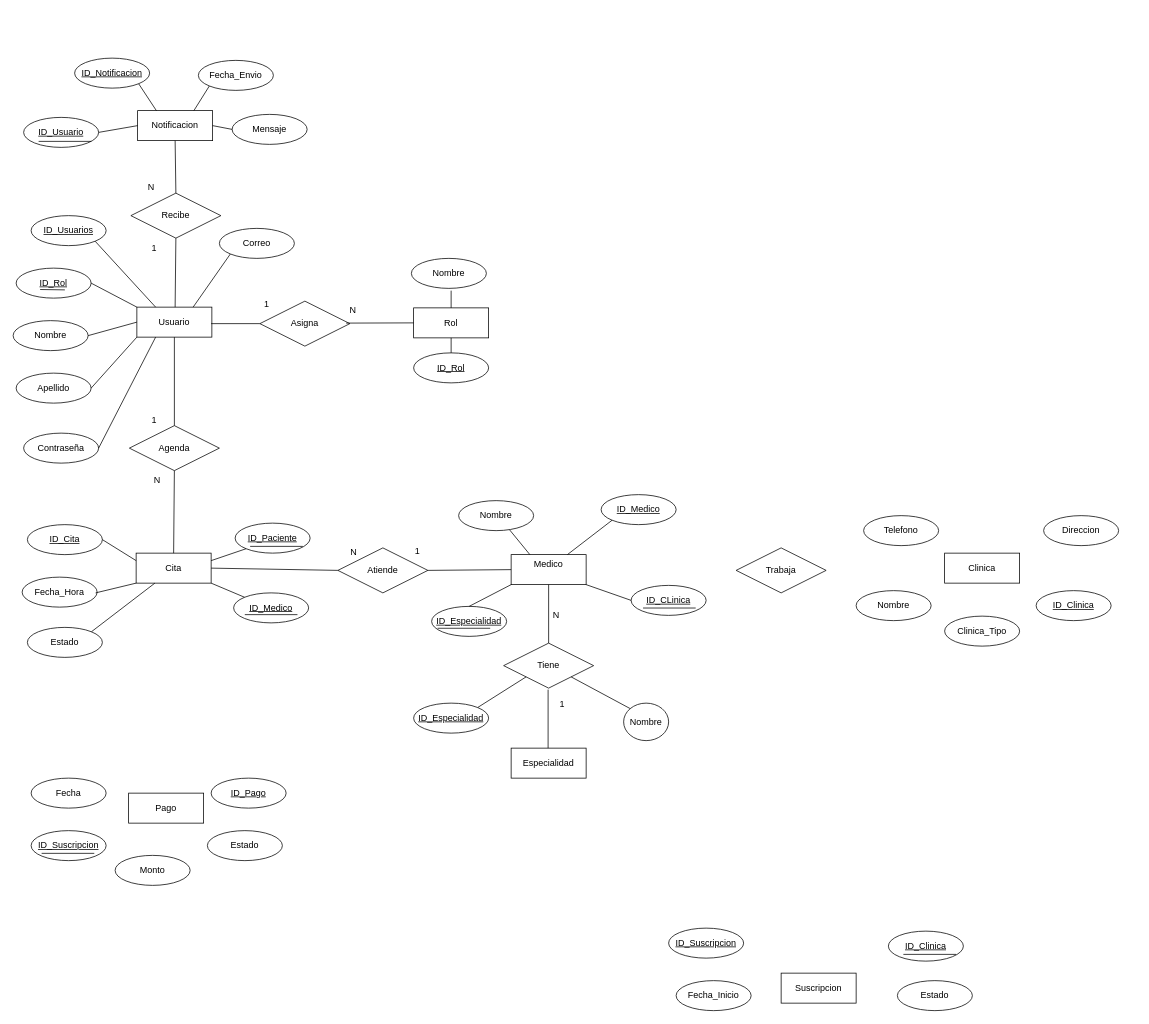
The draw.io diagram ProyectoBasedeDatos.drawio in Csandoval-dev/EtlExamenI, before the edit. Source tidied: cells renumbered, new cells numbered last; positions are measured from the earlier drawing's top-left corner, leaving out a move shared by most shapes. Both pictures are drawn from the tidied source at 75%, with x=0, y=0 at pixel (13, 58).
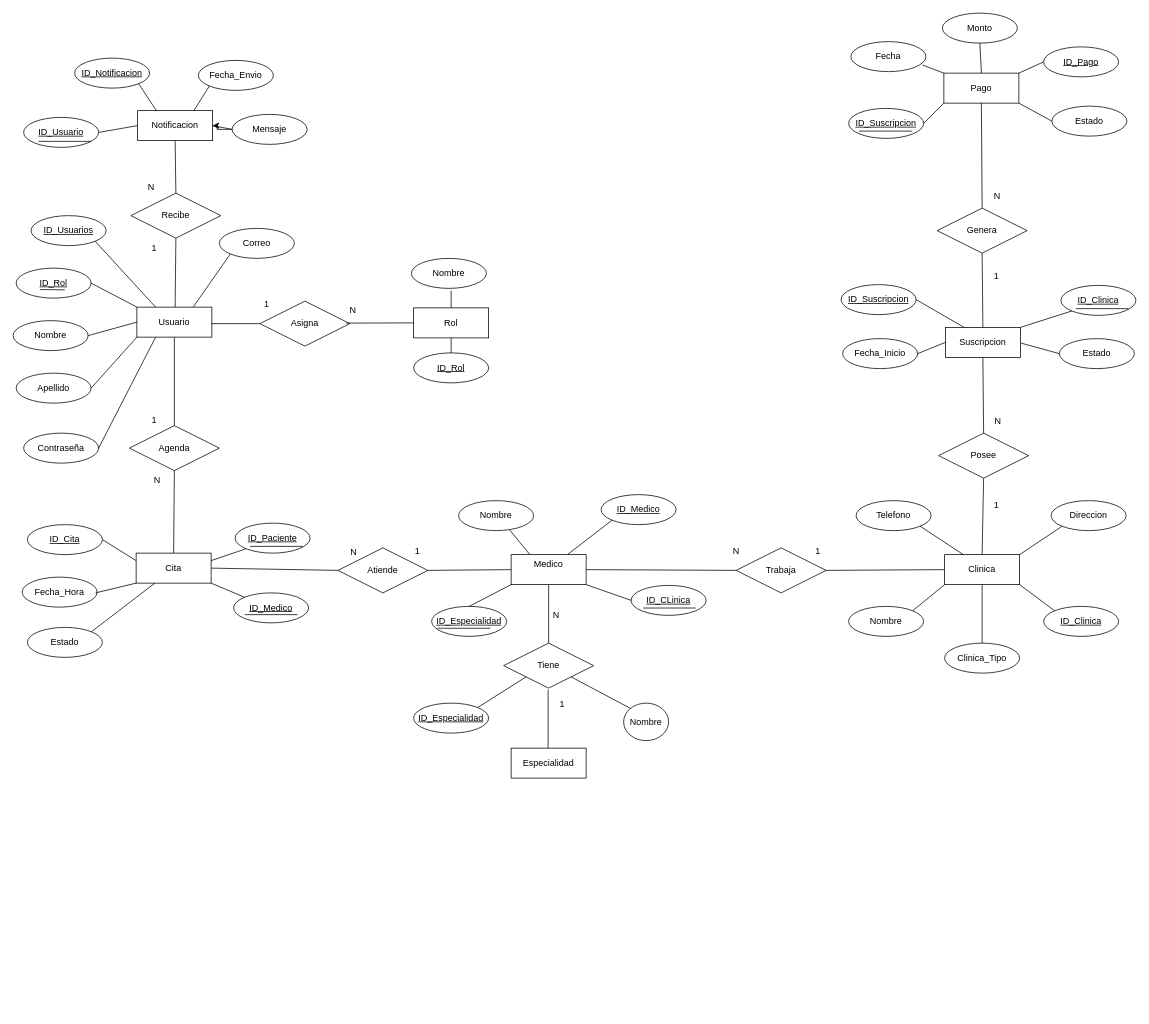
After the change.

The change refers to these unchanged cells:
```xml
<mxCell id="4" value="Medico&lt;div&gt;&lt;br&gt;&lt;/div&gt;" style="whiteSpace=wrap;html=1;align=center;" parent="1" vertex="1">
  <mxGeometry x="664" y="662" width="100" height="40" as="geometry" />
</mxCell>
<mxCell id="24" value="Nombre" style="ellipse;whiteSpace=wrap;html=1;align=center;" parent="1" vertex="1">
  <mxGeometry x="814" y="860" width="60" height="50" as="geometry" />
</mxCell>
<mxCell id="47" value="Mensaje" style="ellipse;whiteSpace=wrap;html=1;align=center;" parent="1" vertex="1">
  <mxGeometry x="292" y="75" width="100" height="40" as="geometry" />
</mxCell>
<mxCell id="48" value="Notificacion" style="whiteSpace=wrap;html=1;align=center;" parent="1" vertex="1">
  <mxGeometry x="166" y="70" width="100" height="40" as="geometry" />
</mxCell>
<mxCell id="97" value="Tiene" style="shape=rhombus;perimeter=rhombusPerimeter;whiteSpace=wrap;html=1;align=center;" parent="1" vertex="1">
  <mxGeometry x="654" y="780" width="120" height="60" as="geometry" />
</mxCell>
<mxCell id="104" value="Trabaja" style="shape=rhombus;perimeter=rhombusPerimeter;whiteSpace=wrap;html=1;align=center;" parent="1" vertex="1">
  <mxGeometry x="964" y="653" width="120" height="60" as="geometry" />
</mxCell>
```

Diff of the diagram source:
```diff
@@
     <mxCell id="3" value="Clinica" style="whiteSpace=wrap;html=1;align=center;" parent="1" vertex="1">
-      <mxGeometry x="1242" y="660" width="100" height="40" as="geometry" />
+      <mxGeometry x="1242" y="662" width="100" height="40" as="geometry" />
     </mxCell>
@@
     <mxCell id="6" value="Suscripcion" style="whiteSpace=wrap;html=1;align=center;" parent="1" vertex="1">
-      <mxGeometry x="1024" y="1220" width="100" height="40" as="geometry" />
+      <mxGeometry x="1243" y="359" width="100" height="40" as="geometry" />
     </mxCell>
     <mxCell id="7" value="Pago" style="whiteSpace=wrap;html=1;align=center;" parent="1" vertex="1">
-      <mxGeometry x="154" y="980" width="100" height="40" as="geometry" />
+      <mxGeometry x="1241" y="20" width="100" height="40" as="geometry" />
     </mxCell>
@@
     <mxCell id="18" value="ID_Clinica" style="ellipse;whiteSpace=wrap;html=1;align=center;fontStyle=4;" parent="1" vertex="1">
-      <mxGeometry x="1364" y="710" width="100" height="40" as="geometry" />
+      <mxGeometry x="1374" y="731" width="100" height="40" as="geometry" />
     </mxCell>
     <mxCell id="19" value="Monto" style="ellipse;whiteSpace=wrap;html=1;align=center;" parent="1" vertex="1">
-      <mxGeometry x="136" y="1063" width="100" height="40" as="geometry" />
+      <mxGeometry x="1239" y="-60" width="100" height="40" as="geometry" />
     </mxCell>
     <mxCell id="20" value="Telefono" style="ellipse;whiteSpace=wrap;html=1;align=center;" parent="1" vertex="1">
-      <mxGeometry x="1134" y="610" width="100" height="40" as="geometry" />
+      <mxGeometry x="1124" y="590" width="100" height="40" as="geometry" />
     </mxCell>
     <mxCell id="21" value="Direccion" style="ellipse;whiteSpace=wrap;html=1;align=center;" parent="1" vertex="1">
-      <mxGeometry x="1374" y="610" width="100" height="40" as="geometry" />
+      <mxGeometry x="1384" y="590" width="100" height="40" as="geometry" />
     </mxCell>
     <mxCell id="22" value="Nombre" style="ellipse;whiteSpace=wrap;html=1;align=center;" parent="1" vertex="1">
-      <mxGeometry x="1124" y="710" width="100" height="40" as="geometry" />
+      <mxGeometry x="1114" y="731" width="100" height="40" as="geometry" />
     </mxCell>
@@
     <mxCell id="31" value="ID_Suscripcion" style="ellipse;whiteSpace=wrap;html=1;align=center;fontStyle=4;" parent="1" vertex="1">
-      <mxGeometry x="874" y="1160" width="100" height="40" as="geometry" />
+      <mxGeometry x="1104" y="302" width="100" height="40" as="geometry" />
     </mxCell>
@@
     <mxCell id="33" value="ID_Pago" style="ellipse;whiteSpace=wrap;html=1;align=center;fontStyle=4;" parent="1" vertex="1">
-      <mxGeometry x="264" y="960" width="100" height="40" as="geometry" />
+      <mxGeometry x="1374" y="-15" width="100" height="40" as="geometry" />
     </mxCell>
@@
     <mxCell id="37" value="Estado" style="ellipse;whiteSpace=wrap;html=1;align=center;" parent="1" vertex="1">
-      <mxGeometry x="1179" y="1230" width="100" height="40" as="geometry" />
+      <mxGeometry x="1395" y="374" width="100" height="40" as="geometry" />
     </mxCell>
     <mxCell id="38" value="ID_Suscripcion" style="ellipse;whiteSpace=wrap;html=1;align=center;fontStyle=4;" parent="1" vertex="1">
-      <mxGeometry x="24" y="1030" width="100" height="40" as="geometry" />
+      <mxGeometry x="1114" y="67" width="100" height="40" as="geometry" />
     </mxCell>
     <mxCell id="39" style="endArrow=none;html=1;rounded=0;exitX=0;exitY=1;exitDx=0;exitDy=0;entryX=1;entryY=1;entryDx=0;entryDy=0;" parent="1" edge="1">
       <mxGeometry relative="1" as="geometry">
-        <mxPoint x="38" y="1060.3" as="sourcePoint" />
-        <mxPoint x="108.2" y="1060.3" as="targetPoint" />
+        <mxPoint x="1128" y="97.3" as="sourcePoint" />
+        <mxPoint x="1198.2" y="97.3" as="targetPoint" />
       </mxGeometry>
     </mxCell>
     <mxCell id="40" value="Clinica_Tipo" style="ellipse;whiteSpace=wrap;html=1;align=center;" parent="1" vertex="1">
-      <mxGeometry x="1242" y="744" width="100" height="40" as="geometry" />
+      <mxGeometry x="1242" y="780" width="100" height="40" as="geometry" />
     </mxCell>
     <mxCell id="41" value="Fecha" style="ellipse;whiteSpace=wrap;html=1;align=center;" parent="1" vertex="1">
-      <mxGeometry x="24" y="960" width="100" height="40" as="geometry" />
+      <mxGeometry x="1117" y="-22" width="100" height="40" as="geometry" />
     </mxCell>
     <mxCell id="42" value="Estado" style="ellipse;whiteSpace=wrap;html=1;align=center;" parent="1" vertex="1">
-      <mxGeometry x="259" y="1030" width="100" height="40" as="geometry" />
+      <mxGeometry x="1385" y="64" width="100" height="40" as="geometry" />
     </mxCell>
@@
     <mxCell id="44" value="ID_Clinica" style="ellipse;whiteSpace=wrap;html=1;align=center;fontStyle=4;" parent="1" vertex="1">
-      <mxGeometry x="1167" y="1164" width="100" height="40" as="geometry" />
+      <mxGeometry x="1397" y="303" width="100" height="40" as="geometry" />
     </mxCell>
     <mxCell id="45" style="endArrow=none;html=1;rounded=0;exitX=0;exitY=1;exitDx=0;exitDy=0;entryX=1;entryY=1;entryDx=0;entryDy=0;" parent="1" edge="1">
       <mxGeometry relative="1" as="geometry">
-        <mxPoint x="1187" y="1195" as="sourcePoint" />
-        <mxPoint x="1257.2" y="1195" as="targetPoint" />
+        <mxPoint x="1417" y="334" as="sourcePoint" />
+        <mxPoint x="1487.2" y="334" as="targetPoint" />
       </mxGeometry>
     </mxCell>
     <mxCell id="46" value="Fecha_Inicio" style="ellipse;whiteSpace=wrap;html=1;align=center;" parent="1" vertex="1">
-      <mxGeometry x="884" y="1230" width="100" height="40" as="geometry" />
+      <mxGeometry x="1106" y="374" width="100" height="40" as="geometry" />
     </mxCell>
+    <mxCell id="105" style="edgeStyle=orthogonalEdgeStyle;rounded=0;jettySize=auto;html=1;" parent="1" edge="1" source="47" target="48">
+      <mxGeometry relative="1" as="geometry" />
+    </mxCell>
@@
-    <mxCell id="102" style="endArrow=none;html=1;rounded=0;entryX=0;entryY=0;entryDx=0;entryDy=0;exitX=1;exitY=1;exitDx=0;exitDy=0;" parent="1" edge="1" source="97" target="24">
-      <mxGeometry relative="1" as="geometry" />
+    <mxCell id="102" style="endArrow=none;html=1;rounded=0;exitX=1;exitY=1;exitDx=0;exitDy=0;" parent="1" edge="1" source="97">
+      <mxGeometry relative="1" as="geometry">
+        <mxPoint x="823" y="867" as="targetPoint" />
+      </mxGeometry>
     </mxCell>
@@
+    <mxCell id="106" style="endArrow=none;html=1;rounded=0;entryX=0;entryY=0.5;entryDx=0;entryDy=0;exitX=1;exitY=0.5;exitDx=0;exitDy=0;" parent="1" edge="1" source="4" target="104">
+      <mxGeometry relative="1" as="geometry" />
+    </mxCell>
+    <mxCell id="107" style="endArrow=none;html=1;rounded=0;entryX=0;entryY=0.5;entryDx=0;entryDy=0;exitX=1;exitY=0.5;exitDx=0;exitDy=0;" parent="1" edge="1" source="104" target="3">
+      <mxGeometry relative="1" as="geometry" />
+    </mxCell>
+    <mxCell id="108" style="endArrow=none;html=1;rounded=0;entryX=1;entryY=0;entryDx=0;entryDy=0;exitX=0;exitY=1;exitDx=0;exitDy=0;" parent="1" edge="1" source="3" target="22">
+      <mxGeometry relative="1" as="geometry" />
+    </mxCell>
+    <mxCell id="109" style="endArrow=none;html=1;rounded=0;entryX=0;entryY=0;entryDx=0;entryDy=0;exitX=1;exitY=1;exitDx=0;exitDy=0;" parent="1" edge="1" source="3" target="18">
+      <mxGeometry relative="1" as="geometry" />
+    </mxCell>
+    <mxCell id="110" style="endArrow=none;html=1;rounded=0;entryX=0.25;entryY=0;entryDx=0;entryDy=0;exitX=1;exitY=1;exitDx=0;exitDy=0;" parent="1" edge="1" source="20" target="3">
+      <mxGeometry relative="1" as="geometry" />
+    </mxCell>
+    <mxCell id="111" style="endArrow=none;html=1;rounded=0;entryX=0.5;entryY=1;entryDx=0;entryDy=0;exitX=0.5;exitY=0;exitDx=0;exitDy=0;" parent="1" edge="1" source="40" target="3">
+      <mxGeometry relative="1" as="geometry" />
+    </mxCell>
+    <mxCell id="112" style="endArrow=none;html=1;rounded=0;entryX=1;entryY=0;entryDx=0;entryDy=0;exitX=0;exitY=1;exitDx=0;exitDy=0;" parent="1" edge="1" source="21" target="3">
+      <mxGeometry relative="1" as="geometry" />
+    </mxCell>
+    <mxCell id="113" value="N" style="text;strokeColor=none;fillColor=none;spacingLeft=4;spacingRight=4;overflow=hidden;fontSize=12;whiteSpace=wrap;html=1;" parent="1" vertex="1">
+      <mxGeometry x="954" y="643" width="40" height="30" as="geometry" />
+    </mxCell>
+    <mxCell id="114" value="1" style="text;strokeColor=none;fillColor=none;spacingLeft=4;spacingRight=4;overflow=hidden;fontSize=12;whiteSpace=wrap;html=1;" parent="1" vertex="1">
+      <mxGeometry x="1064" y="643" width="40" height="30" as="geometry" />
+    </mxCell>
+    <mxCell id="115" value="Posee" style="shape=rhombus;perimeter=rhombusPerimeter;whiteSpace=wrap;html=1;align=center;" parent="1" vertex="1">
+      <mxGeometry x="1234" y="500" width="120" height="60" as="geometry" />
+    </mxCell>
+    <mxCell id="116" style="endArrow=none;html=1;rounded=0;exitX=0.5;exitY=0;exitDx=0;exitDy=0;entryX=0.5;entryY=1;entryDx=0;entryDy=0;" parent="1" edge="1" source="3" target="115">
+      <mxGeometry relative="1" as="geometry" />
+    </mxCell>
+    <mxCell id="117" style="endArrow=none;html=1;rounded=0;exitX=0.5;exitY=0;exitDx=0;exitDy=0;entryX=0.5;entryY=1;entryDx=0;entryDy=0;" parent="1" edge="1" source="115" target="6">
+      <mxGeometry relative="1" as="geometry" />
+    </mxCell>
+    <mxCell id="118" style="endArrow=none;html=1;rounded=0;exitX=0;exitY=0.5;exitDx=0;exitDy=0;entryX=1;entryY=0.5;entryDx=0;entryDy=0;" parent="1" edge="1" source="6" target="46">
+      <mxGeometry relative="1" as="geometry" />
+    </mxCell>
+    <mxCell id="119" style="endArrow=none;html=1;rounded=0;entryX=0;entryY=0.5;entryDx=0;entryDy=0;" parent="1" edge="1" target="37">
+      <mxGeometry relative="1" as="geometry">
+        <mxPoint x="1344" y="380" as="sourcePoint" />
+      </mxGeometry>
+    </mxCell>
+    <mxCell id="120" style="endArrow=none;html=1;rounded=0;exitX=1;exitY=0.5;exitDx=0;exitDy=0;entryX=0.25;entryY=0;entryDx=0;entryDy=0;" parent="1" edge="1" source="31" target="6">
+      <mxGeometry relative="1" as="geometry" />
+    </mxCell>
+    <mxCell id="121" style="endArrow=none;html=1;rounded=0;exitX=0;exitY=1;exitDx=0;exitDy=0;entryX=1;entryY=0;entryDx=0;entryDy=0;" parent="1" edge="1" source="44" target="6">
+      <mxGeometry relative="1" as="geometry" />
+    </mxCell>
+    <mxCell id="122" value="1" style="text;strokeColor=none;fillColor=none;spacingLeft=4;spacingRight=4;overflow=hidden;fontSize=12;whiteSpace=wrap;html=1;" parent="1" vertex="1">
+      <mxGeometry x="1302" y="582" width="40" height="30" as="geometry" />
+    </mxCell>
+    <mxCell id="123" value="N" style="text;strokeColor=none;fillColor=none;spacingLeft=4;spacingRight=4;overflow=hidden;fontSize=12;whiteSpace=wrap;html=1;" parent="1" vertex="1">
+      <mxGeometry x="1303" y="470" width="40" height="30" as="geometry" />
+    </mxCell>
+    <mxCell id="124" value="Genera" style="shape=rhombus;perimeter=rhombusPerimeter;whiteSpace=wrap;html=1;align=center;" parent="1" vertex="1">
+      <mxGeometry x="1232" y="200" width="120" height="60" as="geometry" />
+    </mxCell>
+    <mxCell id="125" style="endArrow=none;html=1;rounded=0;exitX=0.5;exitY=1;exitDx=0;exitDy=0;entryX=0.5;entryY=0;entryDx=0;entryDy=0;" parent="1" edge="1" source="124" target="6">
+      <mxGeometry relative="1" as="geometry" />
+    </mxCell>
+    <mxCell id="126" style="endArrow=none;html=1;rounded=0;exitX=0.5;exitY=0;exitDx=0;exitDy=0;entryX=0.5;entryY=1;entryDx=0;entryDy=0;" parent="1" edge="1" source="124" target="7">
+      <mxGeometry relative="1" as="geometry" />
+    </mxCell>
+    <mxCell id="127" style="endArrow=none;html=1;rounded=0;exitX=1;exitY=0.5;exitDx=0;exitDy=0;entryX=0;entryY=1;entryDx=0;entryDy=0;" parent="1" edge="1" source="38" target="7">
+      <mxGeometry relative="1" as="geometry" />
+    </mxCell>
+    <mxCell id="128" style="endArrow=none;html=1;rounded=0;exitX=0;exitY=0.5;exitDx=0;exitDy=0;entryX=1;entryY=1;entryDx=0;entryDy=0;" parent="1" edge="1" source="42" target="7">
+      <mxGeometry relative="1" as="geometry" />
+    </mxCell>
+    <mxCell id="129" style="endArrow=none;html=1;rounded=0;exitX=1;exitY=0;exitDx=0;exitDy=0;entryX=0;entryY=0.5;entryDx=0;entryDy=0;" parent="1" edge="1" source="7" target="33">
+      <mxGeometry relative="1" as="geometry" />
+    </mxCell>
+    <mxCell id="130" style="endArrow=none;html=1;rounded=0;exitX=0.5;exitY=0;exitDx=0;exitDy=0;entryX=0.5;entryY=1;entryDx=0;entryDy=0;" parent="1" edge="1" source="7" target="19">
+      <mxGeometry relative="1" as="geometry" />
+    </mxCell>
+    <mxCell id="131" style="endArrow=none;html=1;rounded=0;exitX=0;exitY=0;exitDx=0;exitDy=0;entryX=0.953;entryY=0.778;entryDx=0;entryDy=0;entryPerimeter=0;" parent="1" edge="1" source="7" target="41">
+      <mxGeometry relative="1" as="geometry" />
+    </mxCell>
+    <mxCell id="132" value="1" style="text;strokeColor=none;fillColor=none;spacingLeft=4;spacingRight=4;overflow=hidden;fontSize=12;whiteSpace=wrap;html=1;" parent="1" vertex="1">
+      <mxGeometry x="1302" y="277" width="40" height="30" as="geometry" />
+    </mxCell>
+    <mxCell id="133" value="N" style="text;strokeColor=none;fillColor=none;spacingLeft=4;spacingRight=4;overflow=hidden;fontSize=12;whiteSpace=wrap;html=1;" parent="1" vertex="1">
+      <mxGeometry x="1302" y="170" width="40" height="30" as="geometry" />
+    </mxCell>
```
